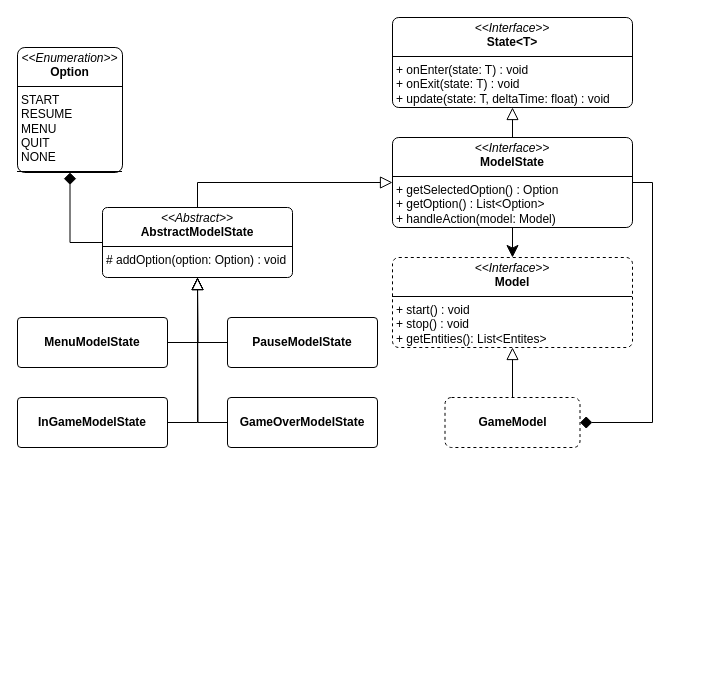
The draw.io diagram report/drawio/ModelState.drawio in unibo-oop-projects/OOP24-AlessandroRebosio-FilippoRicciotti-Grace-GraziaBochdanovits-RenovateBot-coffeBreak, before the edit. Source tidied: cells renumbered, new cells numbered last; positions are measured from the earlier drawing's top-left corner, leaving out a move shared by most shapes. Both pictures are drawn from the tidied source at 100%, with x=0, y=0 at pixel (17, 17).
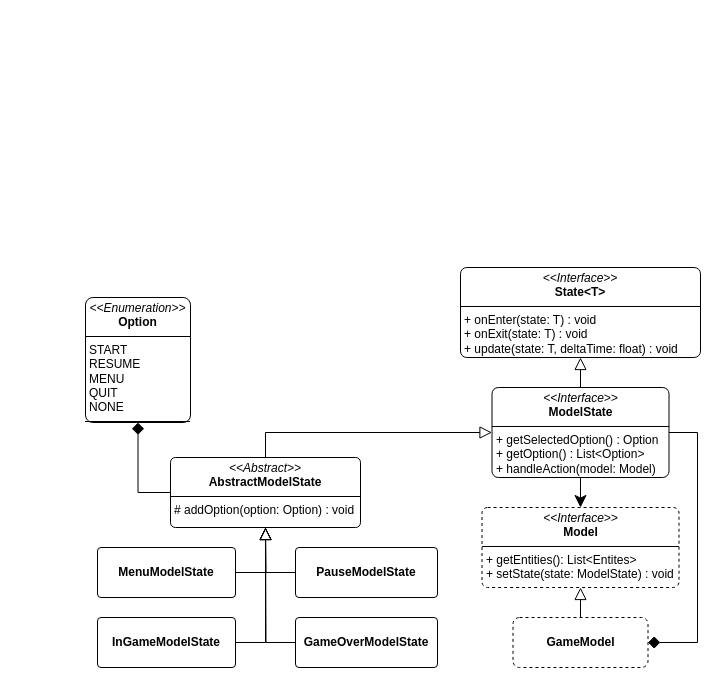
Above is the later version.

Diff of the diagram source:
```diff
@@
     <mxCell id="2" value="&lt;p style=&quot;margin:0px;margin-top:4px;text-align:center;&quot;&gt;&lt;i&gt;&amp;lt;&amp;lt;Interface&amp;gt;&amp;gt;&lt;/i&gt;&lt;br&gt;&lt;b&gt;State&amp;lt;T&amp;gt;&lt;/b&gt;&lt;/p&gt;&lt;hr size=&quot;1&quot; style=&quot;border-style:solid;&quot;&gt;&lt;p style=&quot;margin:0px;margin-left:4px;&quot;&gt;+ onEnter(state: T) : void&lt;/p&gt;&lt;p style=&quot;margin:0px;margin-left:4px;&quot;&gt;+ onExit(state: T) : void&lt;/p&gt;&lt;p style=&quot;margin:0px;margin-left:4px;&quot;&gt;+ update(state: T, deltaTime: float) : void&lt;/p&gt;" style="verticalAlign=top;align=left;overflow=fill;html=1;whiteSpace=wrap;rounded=1;arcSize=7;" parent="1" vertex="1">
-      <mxGeometry x="375" width="240" height="90" as="geometry" />
+      <mxGeometry x="443" y="250" width="240" height="90" as="geometry" />
     </mxCell>
@@
     <mxCell id="5" style="edgeStyle=orthogonalEdgeStyle;rounded=0;jettySize=auto;html=1;exitX=1;exitY=0.5;exitDx=0;exitDy=0;entryX=1;entryY=0.5;entryDx=0;entryDy=0;endSize=10;endArrow=diamond;endFill=1;" parent="1" edge="1" source="6" target="9">
-      <mxGeometry relative="1" as="geometry" />
+      <mxGeometry relative="1" as="geometry">
+        <Array as="points">
+          <mxPoint x="680" y="415" />
+          <mxPoint x="680" y="625" />
+        </Array>
+      </mxGeometry>
     </mxCell>
     <mxCell id="6" value="&lt;p style=&quot;margin:0px;margin-top:4px;text-align:center;&quot;&gt;&lt;i&gt;&amp;lt;&amp;lt;Interface&amp;gt;&amp;gt;&lt;/i&gt;&lt;br&gt;&lt;b&gt;ModelState&lt;/b&gt;&lt;/p&gt;&lt;hr size=&quot;1&quot; style=&quot;border-style:solid;&quot;&gt;&lt;p style=&quot;margin:0px;margin-left:4px;&quot;&gt;+ getSelectedOption() : Option&lt;/p&gt;&lt;p style=&quot;margin:0px;margin-left:4px;&quot;&gt;+ getOption() : List&amp;lt;Option&amp;gt;&lt;/p&gt;&lt;p style=&quot;margin:0px;margin-left:4px;&quot;&gt;+ handleAction(model: Model)&lt;/p&gt;" style="verticalAlign=top;align=left;overflow=fill;html=1;whiteSpace=wrap;rounded=1;arcSize=7;" parent="1" vertex="1">
-      <mxGeometry x="375" y="120" width="240" height="90" as="geometry" />
+      <mxGeometry x="474.5" y="370" width="177" height="90" as="geometry" />
     </mxCell>
-    <mxCell id="7" value="&lt;p style=&quot;margin:0px;margin-top:4px;text-align:center;&quot;&gt;&lt;i&gt;&amp;lt;&amp;lt;Interface&amp;gt;&amp;gt;&lt;/i&gt;&lt;br&gt;&lt;b&gt;Model&lt;/b&gt;&lt;/p&gt;&lt;hr size=&quot;1&quot; style=&quot;border-style:solid;&quot;&gt;&lt;p style=&quot;margin:0px;margin-left:4px;&quot;&gt;+ start() : void&lt;/p&gt;&lt;p style=&quot;margin:0px;margin-left:4px;&quot;&gt;+ stop() : void&lt;/p&gt;&lt;p style=&quot;margin:0px;margin-left:4px;&quot;&gt;+ getEntities(): List&amp;lt;Entites&amp;gt;&lt;/p&gt;" style="verticalAlign=top;align=left;overflow=fill;html=1;whiteSpace=wrap;rounded=1;arcSize=7;dashed=1;" parent="1" vertex="1">
-      <mxGeometry x="375" y="240" width="240" height="90" as="geometry" />
+    <mxCell id="7" value="&lt;p style=&quot;margin:0px;margin-top:4px;text-align:center;&quot;&gt;&lt;i&gt;&amp;lt;&amp;lt;Interface&amp;gt;&amp;gt;&lt;/i&gt;&lt;br&gt;&lt;b&gt;Model&lt;/b&gt;&lt;/p&gt;&lt;hr size=&quot;1&quot; style=&quot;border-style:solid;&quot;&gt;&lt;p style=&quot;margin:0px;margin-left:4px;&quot;&gt;+ getEntities(): List&amp;lt;Entites&amp;gt;&lt;br&gt;&lt;/p&gt;&lt;p style=&quot;margin:0px;margin-left:4px;&quot;&gt;+ setState(state: ModelState) : void&lt;/p&gt;" style="verticalAlign=top;align=left;overflow=fill;html=1;whiteSpace=wrap;rounded=1;arcSize=7;dashed=1;" parent="1" vertex="1">
+      <mxGeometry x="464.5" y="490" width="197" height="80" as="geometry" />
     </mxCell>
@@
     <mxCell id="9" value="&lt;p style=&quot;margin:0px;margin-top:4px;text-align:center;&quot;&gt;&lt;br&gt;&lt;b&gt;GameModel&lt;/b&gt;&lt;/p&gt;&lt;p style=&quot;margin:0px;margin-top:4px;text-align:center;&quot;&gt;&lt;b&gt;&lt;br&gt;&lt;/b&gt;&lt;/p&gt;" style="verticalAlign=top;align=left;overflow=fill;html=1;whiteSpace=wrap;rounded=1;arcSize=13;dashed=1;" parent="1" vertex="1">
-      <mxGeometry x="427.5" y="380" width="135" height="50" as="geometry" />
+      <mxGeometry x="495.5" y="600" width="135" height="50" as="geometry" />
     </mxCell>
@@
     <mxCell id="12" value="&lt;p style=&quot;margin:0px;margin-top:4px;text-align:center;&quot;&gt;&lt;i&gt;&amp;lt;&amp;lt;Abstract&amp;gt;&amp;gt;&lt;/i&gt;&lt;br&gt;&lt;b&gt;AbstractModelState&lt;/b&gt;&lt;/p&gt;&lt;hr size=&quot;1&quot; style=&quot;border-style:solid;&quot;&gt;&lt;p style=&quot;margin:0px;margin-left:4px;&quot;&gt;# addOption(option: Option) : void&lt;/p&gt;" style="verticalAlign=top;align=left;overflow=fill;html=1;whiteSpace=wrap;rounded=1;arcSize=7;" parent="1" vertex="1">
-      <mxGeometry x="85" y="190" width="190" height="70" as="geometry" />
+      <mxGeometry x="153" y="440" width="190" height="70" as="geometry" />
     </mxCell>
@@
     <mxCell id="14" value="&lt;p style=&quot;margin:0px;margin-top:4px;text-align:center;&quot;&gt;&lt;br&gt;&lt;b&gt;MenuModelState&lt;/b&gt;&lt;/p&gt;" style="verticalAlign=top;align=left;overflow=fill;html=1;whiteSpace=wrap;rounded=1;arcSize=7;" parent="1" vertex="1">
-      <mxGeometry y="300" width="150" height="50" as="geometry" />
+      <mxGeometry x="80" y="530" width="138" height="50" as="geometry" />
     </mxCell>
@@
     <mxCell id="16" value="&lt;p style=&quot;margin:0px;margin-top:4px;text-align:center;&quot;&gt;&lt;br&gt;&lt;b&gt;InGameModelState&lt;/b&gt;&lt;/p&gt;" style="verticalAlign=top;align=left;overflow=fill;html=1;whiteSpace=wrap;rounded=1;arcSize=7;" parent="1" vertex="1">
-      <mxGeometry y="380" width="150" height="50" as="geometry" />
+      <mxGeometry x="80" y="600" width="138" height="50" as="geometry" />
     </mxCell>
     <mxCell id="17" style="edgeStyle=orthogonalEdgeStyle;rounded=0;jettySize=auto;html=1;exitX=0;exitY=0.5;exitDx=0;exitDy=0;endSize=10;endArrow=block;endFill=0;" parent="1" edge="1" source="18">
       <mxGeometry relative="1" as="geometry">
-        <mxPoint x="180" y="260" as="targetPoint" />
+        <mxPoint x="248" y="510" as="targetPoint" />
       </mxGeometry>
     </mxCell>
     <mxCell id="18" value="&lt;p style=&quot;margin:0px;margin-top:4px;text-align:center;&quot;&gt;&lt;br&gt;&lt;b&gt;PauseModelState&lt;/b&gt;&lt;/p&gt;" style="verticalAlign=top;align=left;overflow=fill;html=1;whiteSpace=wrap;rounded=1;arcSize=7;" parent="1" vertex="1">
-      <mxGeometry x="210" y="300" width="150" height="50" as="geometry" />
+      <mxGeometry x="278" y="530" width="142" height="50" as="geometry" />
     </mxCell>
     <mxCell id="19" style="edgeStyle=orthogonalEdgeStyle;rounded=0;jettySize=auto;html=1;exitX=0;exitY=0.5;exitDx=0;exitDy=0;endSize=10;endArrow=block;endFill=0;" parent="1" edge="1" source="20">
       <mxGeometry relative="1" as="geometry">
-        <mxPoint x="180" y="260" as="targetPoint" />
+        <mxPoint x="248" y="510" as="targetPoint" />
       </mxGeometry>
     </mxCell>
     <mxCell id="20" value="&lt;p style=&quot;margin:0px;margin-top:4px;text-align:center;&quot;&gt;&lt;br&gt;&lt;b&gt;GameOverModelState&lt;/b&gt;&lt;/p&gt;" style="verticalAlign=top;align=left;overflow=fill;html=1;whiteSpace=wrap;rounded=1;arcSize=7;" parent="1" vertex="1">
-      <mxGeometry x="210" y="380" width="150" height="50" as="geometry" />
+      <mxGeometry x="278" y="600" width="142" height="50" as="geometry" />
     </mxCell>
     <mxCell id="21" value="&lt;p style=&quot;margin:0px;margin-top:4px;text-align:center;&quot;&gt;&lt;i&gt;&amp;lt;&amp;lt;Enumeration&amp;gt;&amp;gt;&lt;/i&gt;&lt;br&gt;&lt;b&gt;Option&lt;/b&gt;&lt;/p&gt;&lt;hr size=&quot;1&quot; style=&quot;border-style:solid;&quot;&gt;&lt;p style=&quot;margin:0px;margin-left:4px;&quot;&gt;START&lt;/p&gt;&lt;p style=&quot;margin:0px;margin-left:4px;&quot;&gt;RESUME&lt;/p&gt;&lt;p style=&quot;margin:0px;margin-left:4px;&quot;&gt;MENU&lt;/p&gt;&lt;p style=&quot;margin:0px;margin-left:4px;&quot;&gt;QUIT&lt;/p&gt;&lt;p style=&quot;margin:0px;margin-left:4px;&quot;&gt;NONE&lt;/p&gt;&lt;hr size=&quot;1&quot; style=&quot;border-style:solid;&quot;&gt;&lt;p style=&quot;margin:0px;margin-left:4px;&quot;&gt;&lt;br&gt;&lt;/p&gt;" style="verticalAlign=top;align=left;overflow=fill;html=1;whiteSpace=wrap;rounded=1;arcSize=7;" parent="1" vertex="1">
-      <mxGeometry y="30" width="105" height="125" as="geometry" />
+      <mxGeometry x="68" y="280" width="105" height="125" as="geometry" />
     </mxCell>
```
